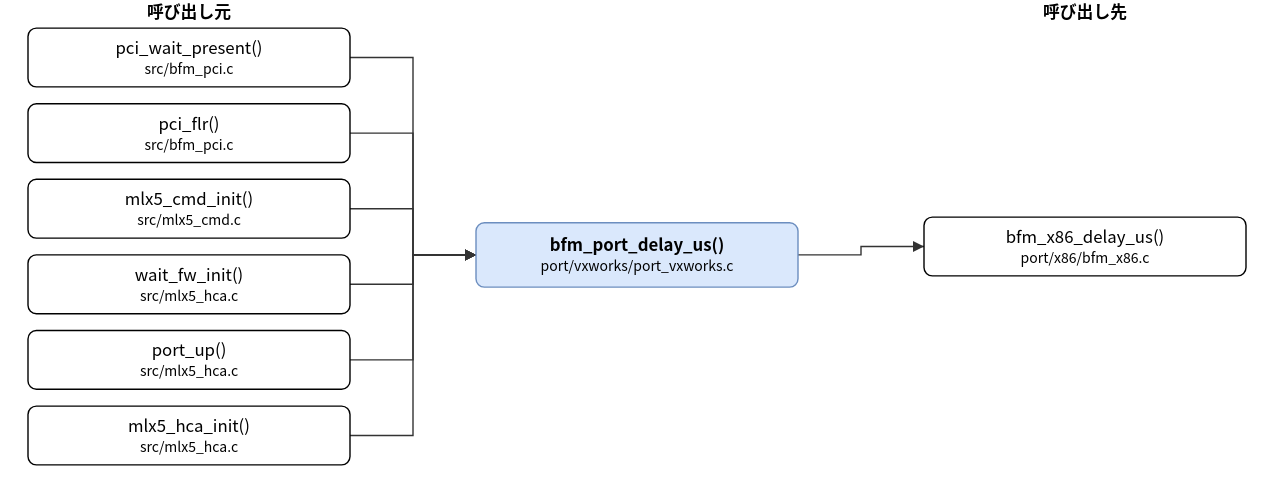
Above: doc/spec/images/call_port_vxworks_port_vxworks-bfm_port_delay_us.drawio.svg in hf355051012-ai/bfmem (draw.io), before the change. Source tidied: cells renumbered, new cells last; positions are measured from the earlier drawing's top-left corner, leaving out a move shared by most shapes.
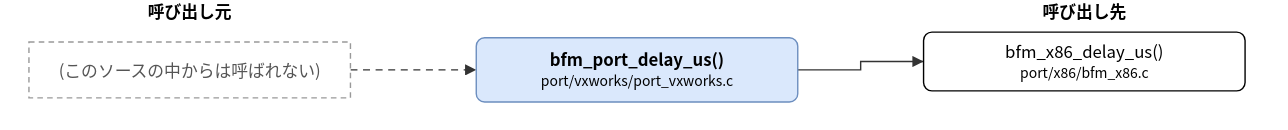
The same diagram one commit later.

The edit, as a diff of the source:
```diff
@@ -3,85 +3,25 @@
     <mxCell id="0" />
     <mxCell id="1" parent="0" />
     <mxCell id="2" value="bfm_port_delay_us()&lt;br&gt;&lt;font style=&quot;font-size:10px&quot;&gt;port/vxworks/port_vxworks.c&lt;/font&gt;" style="rounded=1;whiteSpace=wrap;html=1;fillColor=#dae8fc;strokeColor=#6c8ebf;fontStyle=1;" parent="1" vertex="1">
-      <mxGeometry x="320" y="159" width="230" height="46" as="geometry" />
+      <mxGeometry x="320" y="27" width="230" height="46" as="geometry" />
     </mxCell>
+    <mxCell id="9" value="bfm_x86_delay_us()&lt;br&gt;&lt;font style=&quot;font-size:10px&quot;&gt;port/x86/bfm_x86.c&lt;/font&gt;" style="rounded=1;whiteSpace=wrap;html=1;" parent="1" vertex="1">
+      <mxGeometry x="640" y="23" width="230" height="42" as="geometry" />
+    </mxCell>
-    <mxCell id="3" value="pci_wait_present()&lt;br&gt;&lt;font style=&quot;font-size:10px&quot;&gt;src/bfm_pci.c&lt;/font&gt;" style="rounded=1;whiteSpace=wrap;html=1;" parent="1" vertex="1">
-      <mxGeometry y="20" width="230" height="42" as="geometry" />
+    <mxCell id="3" value="(このソースの中からは呼ばれない)" style="rounded=0;whiteSpace=wrap;html=1;dashed=1;strokeColor=#999999;fontColor=#555555;dashed=1;" parent="1" vertex="1">
+      <mxGeometry y="30" width="230" height="40" as="geometry" />
     </mxCell>
-    <mxCell id="4" value="pci_flr()&lt;br&gt;&lt;font style=&quot;font-size:10px&quot;&gt;src/bfm_pci.c&lt;/font&gt;" style="rounded=1;whiteSpace=wrap;html=1;" parent="1" vertex="1">
-      <mxGeometry y="74" width="230" height="42" as="geometry" />
-    </mxCell>
-    <mxCell id="5" value="mlx5_cmd_init()&lt;br&gt;&lt;font style=&quot;font-size:10px&quot;&gt;src/mlx5_cmd.c&lt;/font&gt;" style="rounded=1;whiteSpace=wrap;html=1;" parent="1" vertex="1">
-      <mxGeometry y="128" width="230" height="42" as="geometry" />
-    </mxCell>
-    <mxCell id="6" value="wait_fw_init()&lt;br&gt;&lt;font style=&quot;font-size:10px&quot;&gt;src/mlx5_hca.c&lt;/font&gt;" style="rounded=1;whiteSpace=wrap;html=1;" parent="1" vertex="1">
-      <mxGeometry y="182" width="230" height="42" as="geometry" />
-    </mxCell>
-    <mxCell id="7" value="port_up()&lt;br&gt;&lt;font style=&quot;font-size:10px&quot;&gt;src/mlx5_hca.c&lt;/font&gt;" style="rounded=1;whiteSpace=wrap;html=1;" parent="1" vertex="1">
-      <mxGeometry y="236" width="230" height="42" as="geometry" />
-    </mxCell>
-    <mxCell id="8" value="mlx5_hca_init()&lt;br&gt;&lt;font style=&quot;font-size:10px&quot;&gt;src/mlx5_hca.c&lt;/font&gt;" style="rounded=1;whiteSpace=wrap;html=1;" parent="1" vertex="1">
-      <mxGeometry y="290" width="230" height="42" as="geometry" />
-    </mxCell>
-    <mxCell id="9" value="bfm_x86_delay_us()&lt;br&gt;&lt;font style=&quot;font-size:10px&quot;&gt;port/x86/bfm_x86.c&lt;/font&gt;" style="rounded=1;whiteSpace=wrap;html=1;" parent="1" vertex="1">
-      <mxGeometry x="640" y="155" width="230" height="42" as="geometry" />
-    </mxCell>
-    <mxCell id="10" style="edgeStyle=none;html=1;rounded=0;endArrow=block;endFill=1;exitX=1.0000;exitY=0.5000;exitDx=0;exitDy=0;exitPerimeter=0;entryX=0.0000;entryY=0.5000;entryDx=0;entryDy=0;entryPerimeter=0;" parent="1" edge="1" source="3" target="2">
+    <mxCell id="10" style="edgeStyle=none;html=1;rounded=0;endArrow=block;endFill=1;exitX=1.0000;exitY=0.5000;exitDx=0;exitDy=0;exitPerimeter=0;entryX=0.0000;entryY=0.5000;entryDx=0;entryDy=0;entryPerimeter=0;" parent="1" edge="1" source="2" target="9">
       <mxGeometry relative="1" as="geometry">
         <Array as="points">
-          <mxPoint x="275" y="41" />
-          <mxPoint x="275" y="182" />
+          <mxPoint x="595" y="50" />
+          <mxPoint x="595" y="44" />
         </Array>
       </mxGeometry>
     </mxCell>
-    <mxCell id="11" style="edgeStyle=none;html=1;rounded=0;endArrow=block;endFill=1;exitX=1.0000;exitY=0.5000;exitDx=0;exitDy=0;exitPerimeter=0;entryX=0.0000;entryY=0.5000;entryDx=0;entryDy=0;entryPerimeter=0;" parent="1" edge="1" source="4" target="2">
-      <mxGeometry relative="1" as="geometry">
-        <Array as="points">
-          <mxPoint x="275" y="95" />
-          <mxPoint x="275" y="182" />
-        </Array>
-      </mxGeometry>
+    <mxCell id="11" style="edgeStyle=none;html=1;rounded=0;endArrow=block;endFill=1;exitX=1.0000;exitY=0.5000;exitDx=0;exitDy=0;exitPerimeter=0;entryX=0.0000;entryY=0.5000;entryDx=0;entryDy=0;entryPerimeter=0;dashed=1;" parent="1" edge="1" source="3" target="2">
+      <mxGeometry relative="1" as="geometry" />
     </mxCell>
-    <mxCell id="12" style="edgeStyle=none;html=1;rounded=0;endArrow=block;endFill=1;exitX=1.0000;exitY=0.5000;exitDx=0;exitDy=0;exitPerimeter=0;entryX=0.0000;entryY=0.5000;entryDx=0;entryDy=0;entryPerimeter=0;" parent="1" edge="1" source="5" target="2">
-      <mxGeometry relative="1" as="geometry">
-        <Array as="points">
-          <mxPoint x="275" y="149" />
-          <mxPoint x="275" y="182" />
-        </Array>
-      </mxGeometry>
-    </mxCell>
-    <mxCell id="13" style="edgeStyle=none;html=1;rounded=0;endArrow=block;endFill=1;exitX=1.0000;exitY=0.5000;exitDx=0;exitDy=0;exitPerimeter=0;entryX=0.0000;entryY=0.5000;entryDx=0;entryDy=0;entryPerimeter=0;" parent="1" edge="1" source="6" target="2">
-      <mxGeometry relative="1" as="geometry">
-        <Array as="points">
-          <mxPoint x="275" y="203" />
-          <mxPoint x="275" y="182" />
-        </Array>
-      </mxGeometry>
-    </mxCell>
-    <mxCell id="14" style="edgeStyle=none;html=1;rounded=0;endArrow=block;endFill=1;exitX=1.0000;exitY=0.5000;exitDx=0;exitDy=0;exitPerimeter=0;entryX=0.0000;entryY=0.5000;entryDx=0;entryDy=0;entryPerimeter=0;" parent="1" edge="1" source="7" target="2">
-      <mxGeometry relative="1" as="geometry">
-        <Array as="points">
-          <mxPoint x="275" y="257" />
-          <mxPoint x="275" y="182" />
-        </Array>
-      </mxGeometry>
-    </mxCell>
-    <mxCell id="15" style="edgeStyle=none;html=1;rounded=0;endArrow=block;endFill=1;exitX=1.0000;exitY=0.5000;exitDx=0;exitDy=0;exitPerimeter=0;entryX=0.0000;entryY=0.5000;entryDx=0;entryDy=0;entryPerimeter=0;" parent="1" edge="1" source="8" target="2">
-      <mxGeometry relative="1" as="geometry">
-        <Array as="points">
-          <mxPoint x="275" y="311" />
-          <mxPoint x="275" y="182" />
-        </Array>
-      </mxGeometry>
-    </mxCell>
-    <mxCell id="16" style="edgeStyle=none;html=1;rounded=0;endArrow=block;endFill=1;exitX=1.0000;exitY=0.5000;exitDx=0;exitDy=0;exitPerimeter=0;entryX=0.0000;entryY=0.5000;entryDx=0;entryDy=0;entryPerimeter=0;" parent="1" edge="1" source="2" target="9">
-      <mxGeometry relative="1" as="geometry">
-        <Array as="points">
-          <mxPoint x="595" y="182" />
-          <mxPoint x="595" y="176" />
-        </Array>
-      </mxGeometry>
-    </mxCell>
     <mxCell id="17" value="呼び出し元" style="text;html=1;align=center;fontStyle=1;" parent="1" vertex="1">
       <mxGeometry x="35" width="160" height="18" as="geometry" />
     </mxCell>
```
